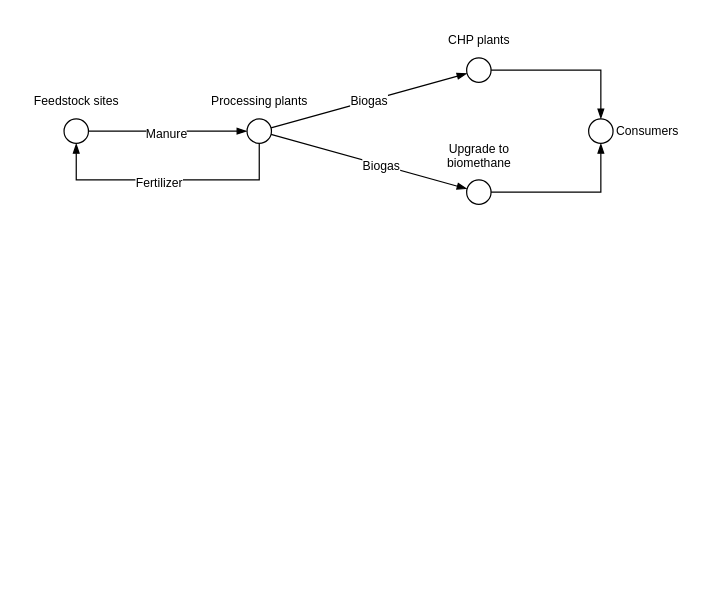
springonions-87/bioze_digital_mapping_tool keeps this draw.io diagram as diagrams/biogas_supply_chain.drawio. Above is the earlier version. Source tidied: cells renumbered, new cells numbered last; positions are measured from the earlier drawing's top-left corner, leaving out a move shared by most shapes. Both pictures are drawn from the tidied source at 122%, with x=0, y=0 at pixel (21, 21).
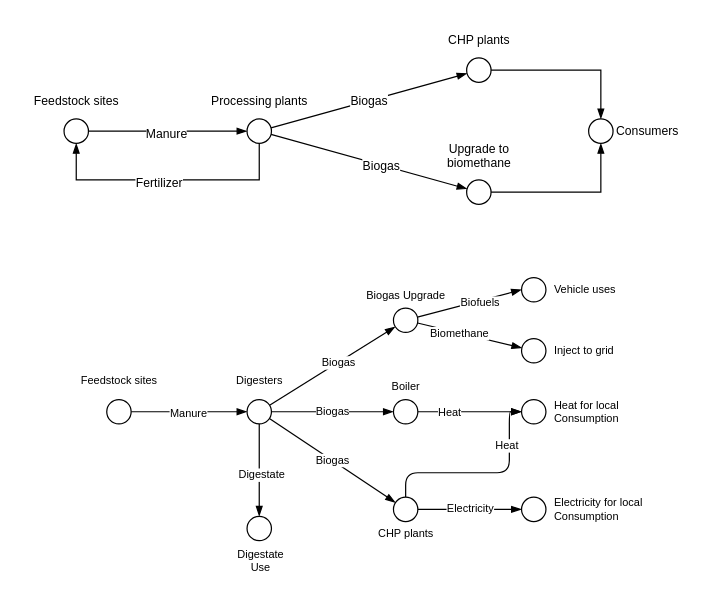
Above is the later version.

Commit message:
edit supply chain diagram

What changed in the source:
```diff
@@
+    <mxCell id="21" style="rounded=0;jettySize=auto;html=1;endArrow=blockThin;endFill=1;fontSize=9;" parent="1" edge="1" source="23" target="29">
+      <mxGeometry relative="1" as="geometry" />
+    </mxCell>
+    <mxCell id="22" value="Manure" style="edgeLabel;html=1;align=center;verticalAlign=middle;fontSize=9;" parent="21" vertex="1">
+      <mxGeometry x="-0.03" y="-1" relative="1" as="geometry" />
+    </mxCell>
+    <mxCell id="23" style="ellipse;whiteSpace=wrap;html=1;fontSize=9;" parent="1" vertex="1">
+      <mxGeometry x="70" y="310" width="20" height="20" as="geometry" />
+    </mxCell>
+    <mxCell id="24" value="Biogas" style="edgeStyle=none;rounded=0;jettySize=auto;html=1;endArrow=blockThin;endFill=1;fontSize=9;" parent="1" edge="1" source="29" target="34">
+      <mxGeometry relative="1" as="geometry" />
+    </mxCell>
+    <mxCell id="25" style="edgeStyle=orthogonalEdgeStyle;rounded=0;jettySize=auto;html=1;endArrow=blockThin;endFill=1;fontSize=9;" parent="1" edge="1" source="29" target="43">
+      <mxGeometry relative="1" as="geometry">
+        <Array as="points">
+          <mxPoint x="195" y="390" />
+          <mxPoint x="195" y="390" />
+        </Array>
+      </mxGeometry>
+    </mxCell>
+    <mxCell id="26" value="Digestate" style="edgeLabel;html=1;align=center;verticalAlign=middle;fontSize=9;" parent="25" vertex="1">
+      <mxGeometry x="0.08" y="1" relative="1" as="geometry" />
+    </mxCell>
+    <mxCell id="27" style="html=1;endArrow=blockThin;endFill=1;fontSize=9;" parent="1" edge="1" source="29" target="52">
+      <mxGeometry relative="1" as="geometry" />
+    </mxCell>
+    <mxCell id="28" value="Biogas" style="edgeLabel;html=1;align=center;verticalAlign=middle;fontSize=9;" parent="27" vertex="1">
+      <mxGeometry x="0.09" relative="1" as="geometry" />
+    </mxCell>
+    <mxCell id="29" style="ellipse;whiteSpace=wrap;html=1;fontSize=9;" parent="1" vertex="1">
+      <mxGeometry x="185" y="310" width="20" height="20" as="geometry" />
+    </mxCell>
+    <mxCell id="30" value="Feedstock sites" style="text;html=1;align=center;verticalAlign=middle;strokeColor=none;fillColor=none;fontSize=9;" parent="1" vertex="1">
+      <mxGeometry x="35" y="285" width="90" height="20" as="geometry" />
+    </mxCell>
+    <mxCell id="31" value="Digesters" style="text;html=1;align=center;verticalAlign=middle;strokeColor=none;fillColor=none;fontSize=9;" parent="1" vertex="1">
+      <mxGeometry x="165" y="285" width="60" height="20" as="geometry" />
+    </mxCell>
+    <mxCell id="32" style="edgeStyle=orthogonalEdgeStyle;rounded=0;jettySize=auto;html=1;endArrow=blockThin;endFill=1;fontSize=9;" parent="1" edge="1" source="34" target="40">
+      <mxGeometry relative="1" as="geometry" />
+    </mxCell>
+    <mxCell id="33" value="Heat" style="edgeLabel;html=1;align=center;verticalAlign=middle;fontSize=9;" parent="32" vertex="1">
+      <mxGeometry x="-0.42" relative="1" as="geometry" />
+    </mxCell>
+    <mxCell id="34" style="ellipse;whiteSpace=wrap;html=1;fontSize=9;" parent="1" vertex="1">
+      <mxGeometry x="305" y="310" width="20" height="20" as="geometry" />
+    </mxCell>
+    <mxCell id="35" value="Electricity" style="edgeStyle=none;html=1;endArrow=blockThin;endFill=1;fontSize=9;" parent="1" edge="1" source="38" target="46">
+      <mxGeometry relative="1" as="geometry" />
+    </mxCell>
+    <mxCell id="36" style="edgeStyle=orthogonalEdgeStyle;html=1;endArrow=blockThin;endFill=1;fontSize=9;" parent="1" edge="1" source="38" target="40">
+      <mxGeometry relative="1" as="geometry">
+        <Array as="points">
+          <mxPoint x="315" y="370" />
+          <mxPoint x="400" y="370" />
+          <mxPoint x="400" y="320" />
+        </Array>
+      </mxGeometry>
+    </mxCell>
+    <mxCell id="37" value="Heat" style="edgeLabel;html=1;align=center;verticalAlign=middle;fontSize=9;" parent="36" vertex="1">
+      <mxGeometry x="0.55" y="3" relative="1" as="geometry" />
+    </mxCell>
+    <mxCell id="38" style="ellipse;whiteSpace=wrap;html=1;fontSize=9;" parent="1" vertex="1">
+      <mxGeometry x="305" y="390" width="20" height="20" as="geometry" />
+    </mxCell>
+    <mxCell id="39" value="CHP plants" style="text;html=1;align=center;verticalAlign=middle;strokeColor=none;fillColor=none;fontSize=9;" parent="1" vertex="1">
+      <mxGeometry x="280" y="410" width="70" height="20" as="geometry" />
+    </mxCell>
+    <mxCell id="40" style="ellipse;whiteSpace=wrap;html=1;fontSize=9;" parent="1" vertex="1">
+      <mxGeometry x="410" y="310" width="20" height="20" as="geometry" />
+    </mxCell>
+    <mxCell id="41" value="Biogas Upgrade" style="text;html=1;align=center;verticalAlign=middle;strokeColor=none;fillColor=none;fontSize=9;" parent="1" vertex="1">
+      <mxGeometry x="270" y="215" width="90" height="20" as="geometry" />
+    </mxCell>
+    <mxCell id="42" value="Electricity for local&amp;nbsp;&lt;br style=&quot;font-size: 9px;&quot;&gt;Consumption" style="text;html=1;align=left;verticalAlign=middle;strokeColor=none;fillColor=none;fontSize=9;" parent="1" vertex="1">
+      <mxGeometry x="435" y="380" width="100" height="40" as="geometry" />
+    </mxCell>
+    <mxCell id="43" style="ellipse;whiteSpace=wrap;html=1;fontSize=9;" parent="1" vertex="1">
+      <mxGeometry x="185" y="405.7" width="20" height="20" as="geometry" />
+    </mxCell>
+    <mxCell id="44" value="Digestate&lt;br style=&quot;font-size: 9px;&quot;&gt;Use" style="edgeLabel;html=1;align=center;verticalAlign=middle;fontSize=9;" parent="1" vertex="1">
+      <mxGeometry x="195" y="445.7" as="geometry">
+        <mxPoint y="-4" as="offset" />
+      </mxGeometry>
+    </mxCell>
+    <mxCell id="45" value="Boiler" style="text;html=1;align=center;verticalAlign=middle;strokeColor=none;fillColor=none;fontSize=9;" parent="1" vertex="1">
+      <mxGeometry x="290" y="290" width="50" height="20" as="geometry" />
+    </mxCell>
+    <mxCell id="46" style="ellipse;whiteSpace=wrap;html=1;fontSize=9;" parent="1" vertex="1">
+      <mxGeometry x="410" y="390" width="20" height="20" as="geometry" />
+    </mxCell>
+    <mxCell id="47" value="Biogas" style="edgeStyle=none;rounded=0;jettySize=auto;html=1;endArrow=blockThin;endFill=1;fontSize=9;" parent="1" edge="1" source="29" target="38">
+      <mxGeometry relative="1" as="geometry" />
+    </mxCell>
+    <mxCell id="48" style="edgeStyle=none;html=1;endArrow=blockThin;endFill=1;fontSize=9;" parent="1" edge="1" source="52" target="54">
+      <mxGeometry relative="1" as="geometry" />
+    </mxCell>
+    <mxCell id="49" value="Biomethane" style="edgeLabel;html=1;align=center;verticalAlign=middle;fontSize=9;" parent="48" vertex="1">
+      <mxGeometry x="-0.2" relative="1" as="geometry" />
+    </mxCell>
+    <mxCell id="50" style="edgeStyle=none;html=1;endArrow=blockThin;endFill=1;entryX=0;entryY=0.5;entryDx=0;entryDy=0;fontSize=9;" parent="1" edge="1" source="52" target="56">
+      <mxGeometry relative="1" as="geometry" />
+    </mxCell>
+    <mxCell id="51" value="Biofuels" style="edgeLabel;html=1;align=center;verticalAlign=middle;fontSize=9;" parent="50" vertex="1">
+      <mxGeometry x="0.18" y="-1" relative="1" as="geometry" />
+    </mxCell>
+    <mxCell id="52" style="ellipse;whiteSpace=wrap;html=1;fontSize=9;" parent="1" vertex="1">
+      <mxGeometry x="305" y="235" width="20" height="20" as="geometry" />
+    </mxCell>
+    <mxCell id="53" value="Heat for local&amp;nbsp;&lt;br style=&quot;font-size: 9px;&quot;&gt;Consumption" style="text;html=1;align=left;verticalAlign=middle;strokeColor=none;fillColor=none;fontSize=9;" parent="1" vertex="1">
+      <mxGeometry x="435" y="300" width="80" height="40" as="geometry" />
+    </mxCell>
+    <mxCell id="54" style="ellipse;whiteSpace=wrap;html=1;fontSize=9;" parent="1" vertex="1">
+      <mxGeometry x="410" y="260" width="20" height="20" as="geometry" />
+    </mxCell>
+    <mxCell id="55" value="Inject to grid" style="text;html=1;align=left;verticalAlign=middle;strokeColor=none;fillColor=none;fontSize=9;" parent="1" vertex="1">
+      <mxGeometry x="435" y="260" width="70" height="20" as="geometry" />
+    </mxCell>
+    <mxCell id="56" style="ellipse;whiteSpace=wrap;html=1;fontSize=9;" parent="1" vertex="1">
+      <mxGeometry x="410" y="210" width="20" height="20" as="geometry" />
+    </mxCell>
+    <mxCell id="57" value="Vehicle uses" style="text;html=1;align=left;verticalAlign=middle;strokeColor=none;fillColor=none;fontSize=9;" parent="1" vertex="1">
+      <mxGeometry x="435" y="210" width="70" height="20" as="geometry" />
+    </mxCell>
```
